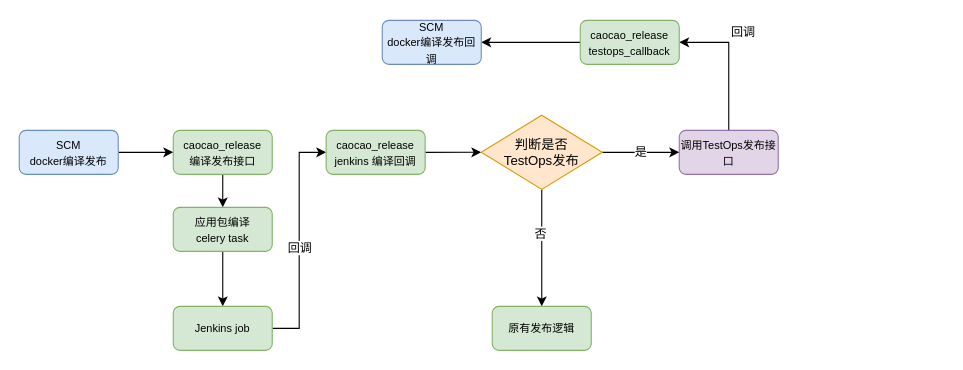
Earlier version of the draw.io diagram 曹操/SCM测试和集成对接第三方发布平台.drawio (Makecodeeasy/diagrams). Source tidied: cells renumbered, new cells numbered last; positions are measured from the earlier drawing's top-left corner, leaving out a move shared by most shapes. Both pictures are drawn from the tidied source at 110%, with x=0, y=0 at pixel (19, 20).
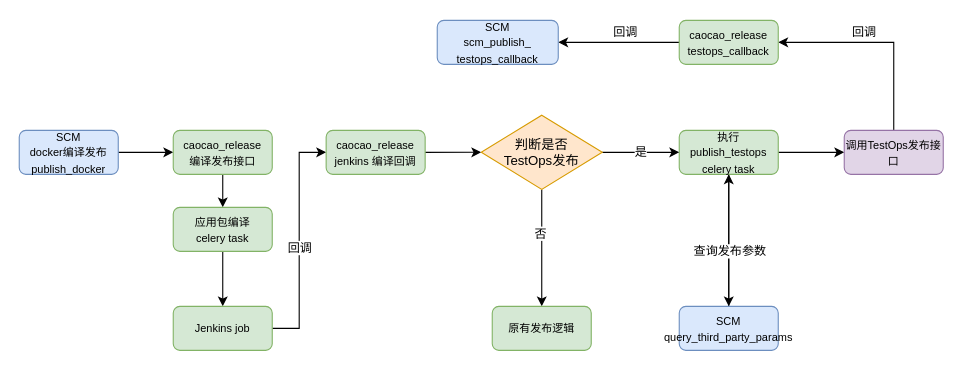
After the change.

Commit message:
Update SCM测试和集成对接第三方发布平台.drawio

The change refers to these unchanged cells:
```xml
<mxCell id="13" style="edgeStyle=orthogonalEdgeStyle;rounded=0;jettySize=auto;html=1;exitX=0;exitY=0.5;exitDx=0;exitDy=0;" parent="1" edge="1" source="14" target="15">
  <mxGeometry relative="1" as="geometry" />
</mxCell>
```

The edit, as a diff of the source:
```diff
@@
-    <mxCell id="3" value="&lt;font style=&quot;font-size: 10px&quot;&gt;SCM&lt;br&gt;docker编译发布&lt;/font&gt;" style="rounded=1;whiteSpace=wrap;html=1;fillColor=#dae8fc;strokeColor=#6c8ebf;" parent="1" vertex="1">
+    <mxCell id="3" value="&lt;font style=&quot;font-size: 10px&quot;&gt;SCM&lt;br&gt;docker编译发布&lt;br&gt;publish_docker&lt;br&gt;&lt;/font&gt;" style="rounded=1;whiteSpace=wrap;html=1;fillColor=#dae8fc;strokeColor=#6c8ebf;" parent="1" vertex="1">
       <mxGeometry y="100" width="90" height="40" as="geometry" />
     </mxCell>
@@
-    <mxCell id="5" style="edgeStyle=orthogonalEdgeStyle;rounded=0;jettySize=auto;html=1;exitX=0.5;exitY=0;exitDx=0;exitDy=0;entryX=1;entryY=0.5;entryDx=0;entryDy=0;" parent="1" edge="1" source="7" target="14">
+    <mxCell id="5" style="edgeStyle=orthogonalEdgeStyle;rounded=0;jettySize=auto;html=1;exitX=0.5;exitY=0;exitDx=0;exitDy=0;entryX=1;entryY=0.5;entryDx=0;entryDy=0;" parent="1" edge="1" source="27" target="14">
       <mxGeometry relative="1" as="geometry" />
     </mxCell>
@@
+    <mxCell id="24" style="edgeStyle=orthogonalEdgeStyle;rounded=0;jettySize=auto;html=1;exitX=1;exitY=0.5;exitDx=0;exitDy=0;entryX=0;entryY=0.5;entryDx=0;entryDy=0;" parent="1" edge="1" source="7" target="27">
+      <mxGeometry relative="1" as="geometry" />
+    </mxCell>
+    <mxCell id="25" style="edgeStyle=orthogonalEdgeStyle;rounded=0;jettySize=auto;html=1;exitX=0.5;exitY=1;exitDx=0;exitDy=0;entryX=0.5;entryY=0;entryDx=0;entryDy=0;" parent="1" edge="1" source="7" target="30">
+      <mxGeometry relative="1" as="geometry" />
+    </mxCell>
-    <mxCell id="7" value="&lt;span style=&quot;font-size: 10px&quot;&gt;调用TestOps发布接口&lt;/span&gt;" style="rounded=1;whiteSpace=wrap;html=1;fillColor=#e1d5e7;strokeColor=#9673a6;" parent="1" vertex="1">
+    <mxCell id="7" value="&lt;span style=&quot;font-size: 10px&quot;&gt;执行&lt;br&gt;publish_testops&lt;br&gt;celery task&lt;br&gt;&lt;/span&gt;" style="rounded=1;whiteSpace=wrap;html=1;fillColor=#d5e8d4;strokeColor=#82b366;" parent="1" vertex="1">
       <mxGeometry x="600" y="100" width="90" height="40" as="geometry" />
     </mxCell>
@@
+    <mxCell id="26" value="回调" style="edgeLabel;html=1;align=center;verticalAlign=middle;" parent="13" vertex="1">
+      <mxGeometry x="-0.22" y="2" relative="1" as="geometry">
+        <mxPoint x="-7" y="-12" as="offset" />
+      </mxGeometry>
+    </mxCell>
     <mxCell id="14" value="&lt;font style=&quot;font-size: 10px&quot;&gt;caocao_release&lt;br&gt;testops_callback&lt;br&gt;&lt;/font&gt;" style="rounded=1;whiteSpace=wrap;html=1;fillColor=#d5e8d4;strokeColor=#82b366;" parent="1" vertex="1">
-      <mxGeometry x="510" width="90" height="40" as="geometry" />
+      <mxGeometry x="600" width="90" height="40" as="geometry" />
     </mxCell>
-    <mxCell id="15" value="&lt;font style=&quot;font-size: 10px&quot;&gt;SCM&lt;br&gt;docker编译发布回调&lt;/font&gt;" style="rounded=1;whiteSpace=wrap;html=1;fillColor=#dae8fc;strokeColor=#6c8ebf;" parent="1" vertex="1">
-      <mxGeometry x="330" width="90" height="40" as="geometry" />
+    <mxCell id="15" value="&lt;span style=&quot;font-size: 10px&quot;&gt;SCM&lt;br&gt;scm_publish_&lt;br&gt;testops_callback&lt;/span&gt;" style="rounded=1;whiteSpace=wrap;html=1;fillColor=#dae8fc;strokeColor=#6c8ebf;" parent="1" vertex="1">
+      <mxGeometry x="380" width="110" height="40" as="geometry" />
     </mxCell>
@@
+    <mxCell id="27" value="&lt;span style=&quot;font-size: 10px&quot;&gt;调用TestOps发布接口&lt;/span&gt;" style="rounded=1;whiteSpace=wrap;html=1;fillColor=#e1d5e7;strokeColor=#9673a6;" parent="1" vertex="1">
+      <mxGeometry x="750" y="100" width="90" height="40" as="geometry" />
+    </mxCell>
+    <mxCell id="28" style="edgeStyle=orthogonalEdgeStyle;rounded=0;jettySize=auto;html=1;exitX=0.5;exitY=0;exitDx=0;exitDy=0;" parent="1" edge="1" source="30" target="7">
+      <mxGeometry relative="1" as="geometry" />
+    </mxCell>
+    <mxCell id="29" value="查询发布参数" style="edgeLabel;html=1;align=center;verticalAlign=middle;" parent="28" vertex="1">
+      <mxGeometry x="0.26" relative="1" as="geometry">
+        <mxPoint y="25" as="offset" />
+      </mxGeometry>
+    </mxCell>
+    <mxCell id="30" value="&lt;span style=&quot;font-size: 10px&quot;&gt;SCM&lt;br&gt;query_third_party_params&lt;br&gt;&lt;/span&gt;" style="rounded=1;whiteSpace=wrap;html=1;fillColor=#dae8fc;strokeColor=#6c8ebf;" parent="1" vertex="1">
+      <mxGeometry x="600" y="260" width="90" height="40" as="geometry" />
+    </mxCell>
```
